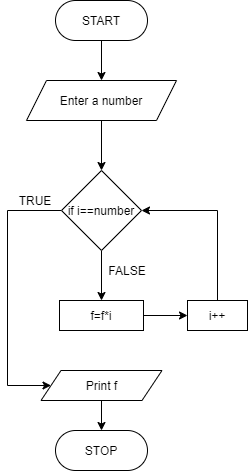
Before: sumrecursion.png, a diagram exported from draw.io (VishalSahu/Flowcharts). Source tidied: cells renumbered, new cells last; positions are measured from the earlier drawing's top-left corner, leaving out a move shared by most shapes.
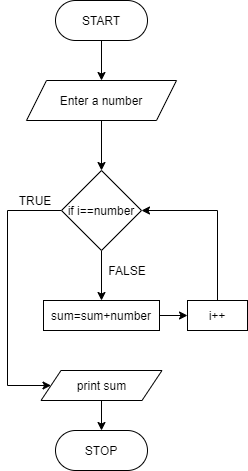
After the commit.

What changed in the source:
```diff
@@ -8,7 +8,7 @@
     <mxCell id="3" style="edgeStyle=orthogonalEdgeStyle;rounded=0;jettySize=auto;html=1;exitX=0.5;exitY=1;exitDx=0;exitDy=0;" parent="1" edge="1" source="4" target="2">
       <mxGeometry relative="1" as="geometry" />
     </mxCell>
-    <mxCell id="4" value="Print f" style="shape=parallelogram;perimeter=parallelogramPerimeter;whiteSpace=wrap;html=1;fixedSize=1;" parent="1" vertex="1">
+    <mxCell id="4" value="print sum" style="shape=parallelogram;perimeter=parallelogramPerimeter;whiteSpace=wrap;html=1;fixedSize=1;" parent="1" vertex="1">
       <mxGeometry x="33.5" y="370" width="121" height="30" as="geometry" />
     </mxCell>
     <mxCell id="5" style="edgeStyle=orthogonalEdgeStyle;rounded=0;jettySize=auto;html=1;exitX=0.5;exitY=1;exitDx=0;exitDy=0;entryX=0.5;entryY=0;entryDx=0;entryDy=0;" parent="1" edge="1" source="7" target="9">
@@ -28,8 +28,8 @@
     <mxCell id="8" style="edgeStyle=orthogonalEdgeStyle;rounded=0;jettySize=auto;html=1;exitX=1;exitY=0.5;exitDx=0;exitDy=0;entryX=0;entryY=0.5;entryDx=0;entryDy=0;" parent="1" edge="1" source="9" target="11">
       <mxGeometry relative="1" as="geometry" />
     </mxCell>
-    <mxCell id="9" value="f=f*i" style="rounded=0;whiteSpace=wrap;html=1;" parent="1" vertex="1">
-      <mxGeometry x="52" y="300" width="84" height="30" as="geometry" />
+    <mxCell id="9" value="sum=sum+number" style="rounded=0;whiteSpace=wrap;html=1;" parent="1" vertex="1">
+      <mxGeometry x="36" y="300" width="116" height="30" as="geometry" />
     </mxCell>
     <mxCell id="10" style="edgeStyle=orthogonalEdgeStyle;rounded=0;jettySize=auto;html=1;exitX=0.5;exitY=0;exitDx=0;exitDy=0;entryX=1;entryY=0.5;entryDx=0;entryDy=0;" parent="1" edge="1" source="11" target="7">
       <mxGeometry relative="1" as="geometry" />
```
